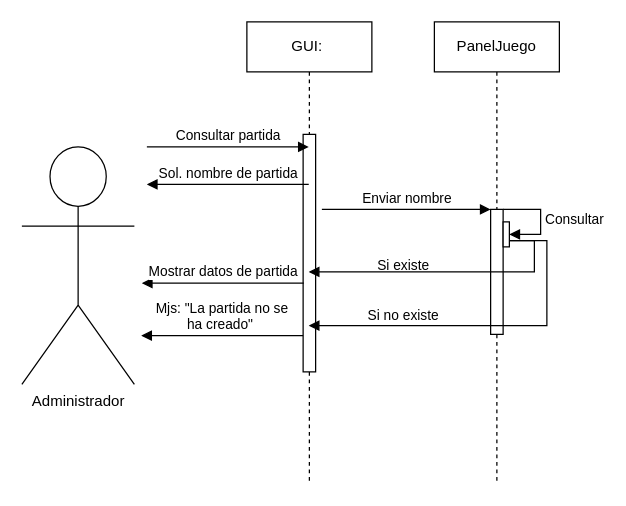
Before: page "Visualizar Estadistica de Partidas - Secuencia" (3 of 7) of UML/UML.drawio in Carlos19men/EcoCrossing, a draw.io diagram. Source tidied: cells renumbered, new cells numbered last; positions are measured from the earlier drawing's top-left corner, leaving out a move shared by most shapes. Both pictures are drawn from the tidied source at 125%, with x=0, y=0 at pixel (21, 21).
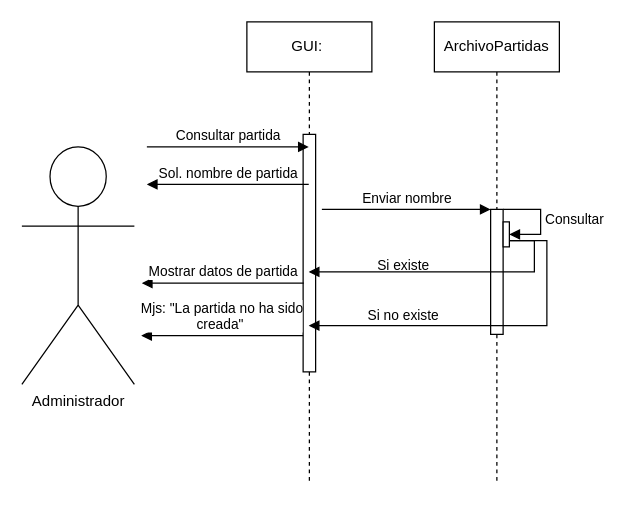
After the change.

The change refers to these unchanged cells:
```xml
<mxCell id="8" value="GUI:&amp;nbsp;" style="shape=umlLifeline;perimeter=lifelinePerimeter;whiteSpace=wrap;html=1;outlineConnect=0;" parent="1" vertex="1">
  <mxGeometry x="180" width="100" height="370" as="geometry" />
</mxCell>
```

Diff of the diagram source:
```diff
@@
-    <mxCell id="3" value="PanelJuego" style="shape=umlLifeline;perimeter=lifelinePerimeter;whiteSpace=wrap;html=1;" parent="1" vertex="1">
+    <mxCell id="3" value="ArchivoPartidas" style="shape=umlLifeline;perimeter=lifelinePerimeter;whiteSpace=wrap;html=1;" parent="1" vertex="1">
       <mxGeometry x="330" width="100" height="370" as="geometry" />
     </mxCell>
@@
-    <mxCell id="10" value="Mjs: &quot;La partida no se &lt;br&gt;ha creado&quot;&amp;nbsp;" style="html=1;verticalAlign=bottom;endArrow=block;rounded=0;" parent="8" edge="1">
+    <mxCell id="10" value="Mjs: &quot;La partida no ha sido &lt;br&gt;creada&quot;&amp;nbsp;" style="html=1;verticalAlign=bottom;endArrow=block;rounded=0;" parent="8" edge="1">
       <mxGeometry relative="1" as="geometry">
         <mxPoint x="45" y="251" as="sourcePoint" />
         <mxPoint x="-84.5" y="251" as="targetPoint" />
       </mxGeometry>
     </mxCell>
```
